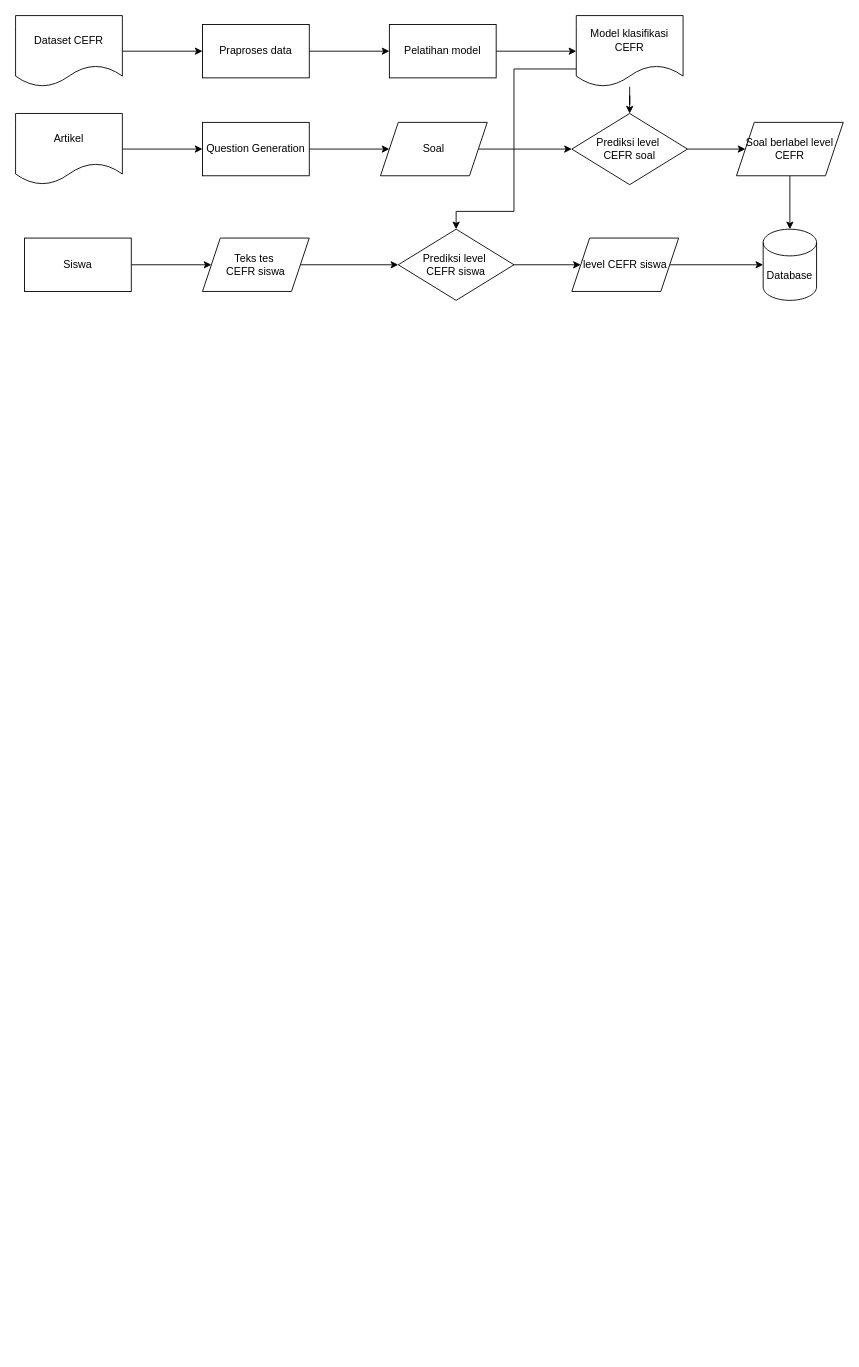
Earlier version of the draw.io diagram arsitektur sistem.drawio (MuhammadRizki8/CEFR-level-prediction). Source tidied: cells renumbered, new cells numbered last; positions are measured from the earlier drawing's top-left corner, leaving out a move shared by most shapes. Both pictures are drawn from the tidied source at 89%, with x=0, y=0 at pixel (15, 15).
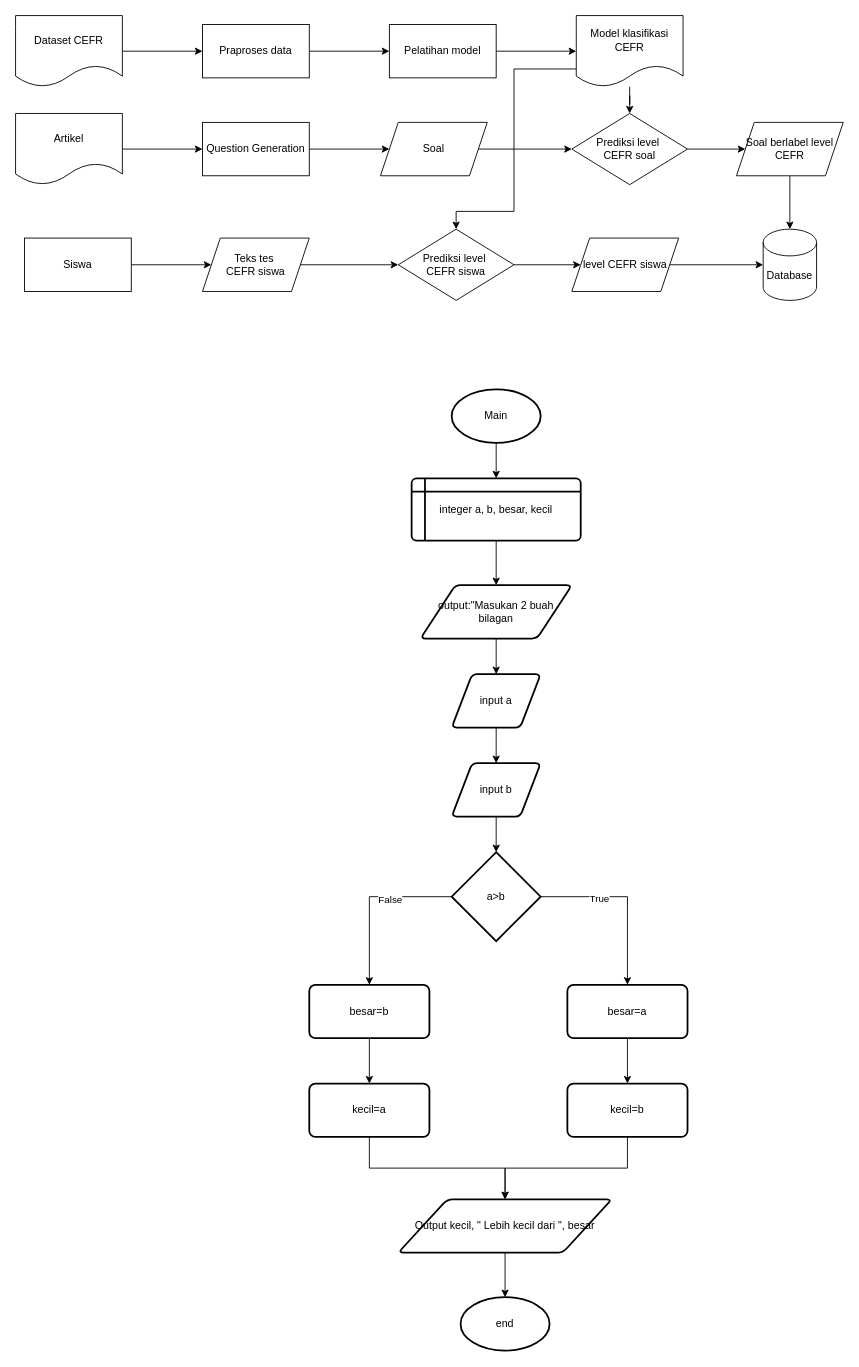
Above is the later version.

The edit, as a diff of the source:
```diff
@@
+    <mxCell id="30" style="edgeStyle=orthogonalEdgeStyle;rounded=0;jettySize=auto;html=1;exitX=0.5;exitY=1;exitDx=0;exitDy=0;exitPerimeter=0;" parent="1" edge="1" source="31" target="33">
+      <mxGeometry relative="1" as="geometry" />
+    </mxCell>
+    <mxCell id="31" value="Main" style="strokeWidth=2;html=1;shape=mxgraph.flowchart.start_1;whiteSpace=wrap;" parent="1" vertex="1">
+      <mxGeometry x="490" y="420" width="100" height="60" as="geometry" />
+    </mxCell>
+    <mxCell id="32" style="edgeStyle=orthogonalEdgeStyle;rounded=0;jettySize=auto;html=1;exitX=0.5;exitY=1;exitDx=0;exitDy=0;" parent="1" edge="1" source="33" target="35">
+      <mxGeometry relative="1" as="geometry" />
+    </mxCell>
+    <mxCell id="33" value="integer a, b, besar, kecil" style="shape=internalStorage;whiteSpace=wrap;html=1;dx=15;dy=15;rounded=1;arcSize=8;strokeWidth=2;" parent="1" vertex="1">
+      <mxGeometry x="445" y="520" width="190" height="70" as="geometry" />
+    </mxCell>
+    <mxCell id="34" style="edgeStyle=orthogonalEdgeStyle;rounded=0;jettySize=auto;html=1;exitX=0.5;exitY=1;exitDx=0;exitDy=0;" parent="1" edge="1" source="35" target="37">
+      <mxGeometry relative="1" as="geometry" />
+    </mxCell>
+    <mxCell id="35" value="output:&quot;Masukan 2 buah bilagan" style="shape=parallelogram;html=1;strokeWidth=2;perimeter=parallelogramPerimeter;whiteSpace=wrap;rounded=1;arcSize=12;size=0.23;" parent="1" vertex="1">
+      <mxGeometry x="455" y="640" width="170" height="60" as="geometry" />
+    </mxCell>
+    <mxCell id="36" style="edgeStyle=orthogonalEdgeStyle;rounded=0;jettySize=auto;html=1;exitX=0.5;exitY=1;exitDx=0;exitDy=0;" parent="1" edge="1" source="37" target="39">
+      <mxGeometry relative="1" as="geometry" />
+    </mxCell>
+    <mxCell id="37" value="input a" style="shape=parallelogram;html=1;strokeWidth=2;perimeter=parallelogramPerimeter;whiteSpace=wrap;rounded=1;arcSize=12;size=0.23;" parent="1" vertex="1">
+      <mxGeometry x="490" y="740" width="100" height="60" as="geometry" />
+    </mxCell>
+    <mxCell id="38" style="edgeStyle=orthogonalEdgeStyle;rounded=0;jettySize=auto;html=1;exitX=0.5;exitY=1;exitDx=0;exitDy=0;" parent="1" edge="1" source="39" target="44">
+      <mxGeometry relative="1" as="geometry" />
+    </mxCell>
+    <mxCell id="39" value="input b" style="shape=parallelogram;html=1;strokeWidth=2;perimeter=parallelogramPerimeter;whiteSpace=wrap;rounded=1;arcSize=12;size=0.23;" parent="1" vertex="1">
+      <mxGeometry x="490" y="840" width="100" height="60" as="geometry" />
+    </mxCell>
+    <mxCell id="40" style="edgeStyle=orthogonalEdgeStyle;rounded=0;jettySize=auto;html=1;exitX=1;exitY=0.5;exitDx=0;exitDy=0;exitPerimeter=0;entryX=0.5;entryY=0;entryDx=0;entryDy=0;" parent="1" edge="1" source="44" target="46">
+      <mxGeometry relative="1" as="geometry" />
+    </mxCell>
+    <mxCell id="41" value="True" style="edgeLabel;html=1;align=center;verticalAlign=middle;" parent="40" vertex="1">
+      <mxGeometry x="-0.34" y="-2" relative="1" as="geometry" />
+    </mxCell>
+    <mxCell id="42" style="edgeStyle=orthogonalEdgeStyle;rounded=0;jettySize=auto;html=1;exitX=0;exitY=0.5;exitDx=0;exitDy=0;exitPerimeter=0;entryX=0.5;entryY=0;entryDx=0;entryDy=0;" parent="1" edge="1" source="44" target="50">
+      <mxGeometry relative="1" as="geometry" />
+    </mxCell>
+    <mxCell id="43" value="False" style="edgeLabel;html=1;align=center;verticalAlign=middle;" parent="42" vertex="1">
+      <mxGeometry x="-0.27" y="3" relative="1" as="geometry" />
+    </mxCell>
+    <mxCell id="44" value="a&amp;gt;b" style="strokeWidth=2;html=1;shape=mxgraph.flowchart.decision;whiteSpace=wrap;" parent="1" vertex="1">
+      <mxGeometry x="490" y="940" width="100" height="100" as="geometry" />
+    </mxCell>
+    <mxCell id="45" style="edgeStyle=orthogonalEdgeStyle;rounded=0;jettySize=auto;html=1;exitX=0.5;exitY=1;exitDx=0;exitDy=0;" parent="1" edge="1" source="46" target="48">
+      <mxGeometry relative="1" as="geometry" />
+    </mxCell>
+    <mxCell id="46" value="besar=a" style="rounded=1;whiteSpace=wrap;html=1;absoluteArcSize=1;arcSize=14;strokeWidth=2;" parent="1" vertex="1">
+      <mxGeometry x="620" y="1089" width="135" height="60" as="geometry" />
+    </mxCell>
+    <mxCell id="47" style="edgeStyle=orthogonalEdgeStyle;rounded=0;jettySize=auto;html=1;exitX=0.5;exitY=1;exitDx=0;exitDy=0;" parent="1" edge="1" source="48" target="54">
+      <mxGeometry relative="1" as="geometry" />
+    </mxCell>
+    <mxCell id="48" value="kecil=b" style="rounded=1;whiteSpace=wrap;html=1;absoluteArcSize=1;arcSize=14;strokeWidth=2;" parent="1" vertex="1">
+      <mxGeometry x="620" y="1200" width="135" height="60" as="geometry" />
+    </mxCell>
+    <mxCell id="49" style="edgeStyle=orthogonalEdgeStyle;rounded=0;jettySize=auto;html=1;exitX=0.5;exitY=1;exitDx=0;exitDy=0;" parent="1" edge="1" source="50" target="52">
+      <mxGeometry relative="1" as="geometry" />
+    </mxCell>
+    <mxCell id="50" value="besar=b" style="rounded=1;whiteSpace=wrap;html=1;absoluteArcSize=1;arcSize=14;strokeWidth=2;" parent="1" vertex="1">
+      <mxGeometry x="330" y="1089" width="135" height="60" as="geometry" />
+    </mxCell>
+    <mxCell id="51" style="edgeStyle=orthogonalEdgeStyle;rounded=0;jettySize=auto;html=1;exitX=0.5;exitY=1;exitDx=0;exitDy=0;entryX=0.5;entryY=0;entryDx=0;entryDy=0;" parent="1" edge="1" source="52" target="54">
+      <mxGeometry relative="1" as="geometry" />
+    </mxCell>
+    <mxCell id="52" value="kecil=a" style="rounded=1;whiteSpace=wrap;html=1;absoluteArcSize=1;arcSize=14;strokeWidth=2;" parent="1" vertex="1">
+      <mxGeometry x="330" y="1200" width="135" height="60" as="geometry" />
+    </mxCell>
+    <mxCell id="53" style="edgeStyle=orthogonalEdgeStyle;rounded=0;jettySize=auto;html=1;exitX=0.5;exitY=1;exitDx=0;exitDy=0;" parent="1" edge="1" source="54" target="55">
+      <mxGeometry relative="1" as="geometry" />
+    </mxCell>
+    <mxCell id="54" value="Output kecil, &quot; Lebih kecil dari &quot;, besar" style="shape=parallelogram;html=1;strokeWidth=2;perimeter=parallelogramPerimeter;whiteSpace=wrap;rounded=1;arcSize=12;size=0.23;" parent="1" vertex="1">
+      <mxGeometry x="430" y="1330" width="240" height="60" as="geometry" />
+    </mxCell>
+    <mxCell id="55" value="end" style="strokeWidth=2;html=1;shape=mxgraph.flowchart.start_1;whiteSpace=wrap;" parent="1" vertex="1">
+      <mxGeometry x="500" y="1440" width="100" height="60" as="geometry" />
+    </mxCell>
```
